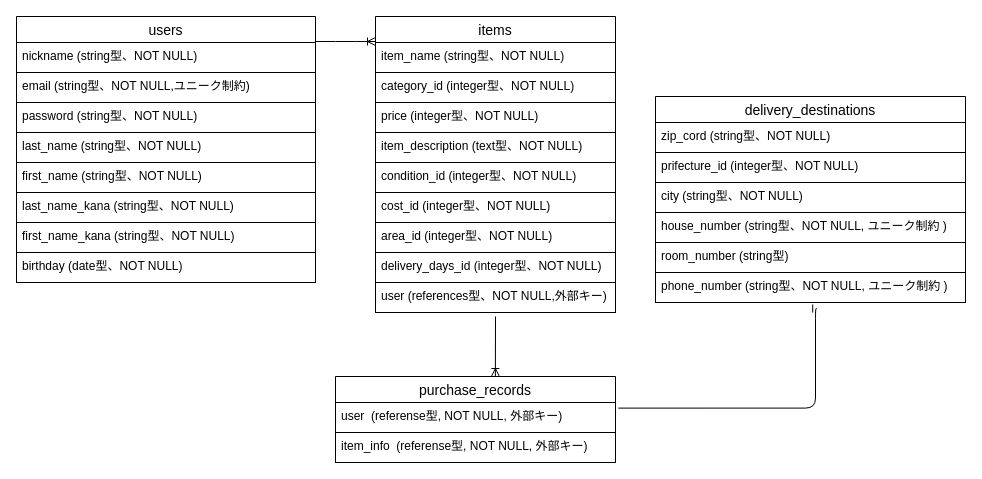
Earlier version of the draw.io diagram fruima_ER.dio (sorairo580/furima-39405). Source tidied: cells renumbered, new cells numbered last; positions are measured from the earlier drawing's top-left corner, leaving out a move shared by most shapes. Both pictures are drawn from the tidied source at 100%, with x=0, y=0 at pixel (16, 16).
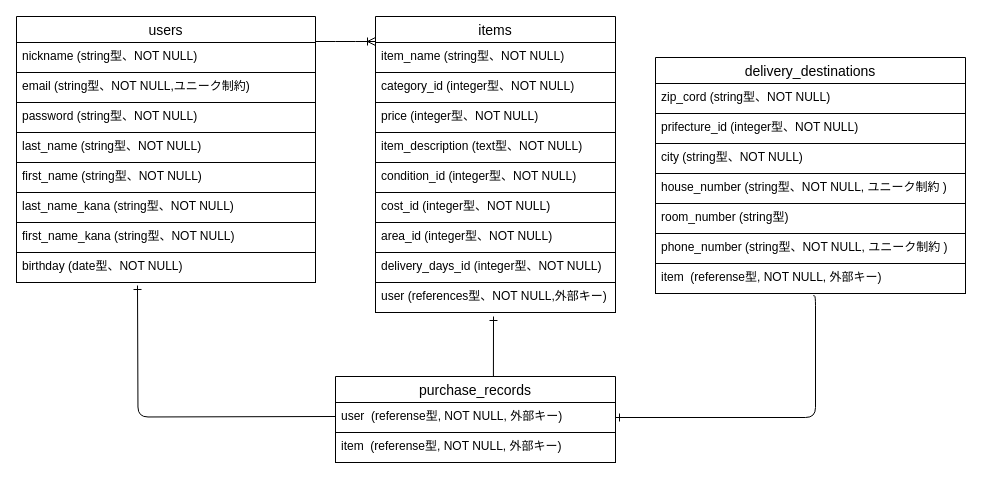
Above is the later version.

Unchanged cells that the change refers to:
```xml
<mxCell id="21" value="user (references型、NOT NULL,外部キー)" style="text;strokeColor=#000000;fillColor=none;spacingLeft=4;spacingRight=4;overflow=hidden;points=[[0,0.5],[1,0.5]];portConstraint=eastwest;fontSize=12;" parent="12" vertex="1">
  <mxGeometry y="266" width="240" height="30" as="geometry" />
</mxCell>
<mxCell id="22" value="purchase_records" style="swimlane;fontStyle=0;horizontal=1;startSize=26;align=center;fontSize=14;strokeColor=#000000;" parent="1" vertex="1">
  <mxGeometry x="319" y="360" width="280" height="86" as="geometry" />
</mxCell>
<mxCell id="23" value="user  (referense型, NOT NULL, 外部キー)&#10;" style="text;strokeColor=#000000;fillColor=none;spacingLeft=4;spacingRight=4;overflow=hidden;points=[[0,0.5],[1,0.5]];portConstraint=eastwest;fontSize=12;" parent="22" vertex="1">
  <mxGeometry y="26" width="280" height="30" as="geometry" />
</mxCell>
<mxCell id="31" value="phone_number (string型、NOT NULL, ユニーク制約 )" style="text;strokeColor=#000000;fillColor=none;spacingLeft=4;spacingRight=4;overflow=hidden;points=[[0,0.5],[1,0.5]];portConstraint=eastwest;fontSize=12;" parent="25" vertex="1">
  <mxGeometry y="176" width="310" height="30" as="geometry" />
</mxCell>
```

What changed in the source:
```diff
@@
-    <mxCell id="24" value="item_info  (referense型, NOT NULL, 外部キー)&#10;" style="text;strokeColor=#000000;fillColor=none;spacingLeft=4;spacingRight=4;overflow=hidden;fontSize=12;" parent="22" vertex="1">
+    <mxCell id="24" value="item  (referense型, NOT NULL, 外部キー)&#10;" style="text;strokeColor=#000000;fillColor=none;spacingLeft=4;spacingRight=4;overflow=hidden;fontSize=12;" parent="22" vertex="1">
       <mxGeometry y="56" width="280" height="30" as="geometry" />
     </mxCell>
     <mxCell id="25" value="delivery_destinations" style="swimlane;fontStyle=0;horizontal=1;startSize=26;align=center;fontSize=14;strokeColor=#000000;" parent="1" vertex="1">
-      <mxGeometry x="639" y="80" width="310" height="206" as="geometry" />
+      <mxGeometry x="639" y="41" width="310" height="236" as="geometry" />
     </mxCell>
@@
-    <mxCell id="32" style="fontSize=15;html=1;endArrow=ERoneToMany;strokeColor=#000000;exitX=0.5;exitY=1.133;exitDx=0;exitDy=0;exitPerimeter=0;entryX=0.571;entryY=0;entryDx=0;entryDy=0;entryPerimeter=0;" parent="1" edge="1" source="21" target="22">
-      <mxGeometry relative="1" as="geometry" />
-    </mxCell>
+    <mxCell id="34" value="item  (referense型, NOT NULL, 外部キー)" style="text;strokeColor=#000000;fillColor=none;spacingLeft=4;spacingRight=4;overflow=hidden;points=[[0,0.5],[1,0.5]];portConstraint=eastwest;fontSize=12;" parent="25" vertex="1">
+      <mxGeometry y="206" width="310" height="30" as="geometry" />
+    </mxCell>
-    <mxCell id="33" style="edgeStyle=orthogonalEdgeStyle;fontSize=12;html=1;endArrow=ERone;endFill=1;exitX=1.01;exitY=0.187;exitDx=0;exitDy=0;strokeColor=#000000;exitPerimeter=0;entryX=0.52;entryY=1.2;entryDx=0;entryDy=0;entryPerimeter=0;" parent="1" edge="1" source="23" target="31">
+    <mxCell id="33" style="edgeStyle=orthogonalEdgeStyle;fontSize=12;html=1;endArrow=ERone;endFill=1;strokeColor=#000000;entryX=1;entryY=0.5;entryDx=0;entryDy=0;exitX=0.509;exitY=1.073;exitDx=0;exitDy=0;exitPerimeter=0;" parent="1" edge="1" source="34" target="23">
       <mxGeometry relative="1" as="geometry">
         <Array as="points">
-          <mxPoint x="799" y="392" />
-          <mxPoint x="799" y="292" />
+          <mxPoint x="799" y="279" />
+          <mxPoint x="799" y="401" />
         </Array>
       </mxGeometry>
     </mxCell>
+    <mxCell id="35" style="edgeStyle=orthogonalEdgeStyle;fontSize=12;html=1;endArrow=ERone;endFill=1;strokeColor=#000000;" parent="1" edge="1">
+      <mxGeometry relative="1" as="geometry">
+        <mxPoint x="319" y="400" as="sourcePoint" />
+        <mxPoint x="121" y="269" as="targetPoint" />
+      </mxGeometry>
+    </mxCell>
+    <mxCell id="36" style="fontSize=12;html=1;endArrow=ERone;endFill=1;exitX=0.564;exitY=0;exitDx=0;exitDy=0;strokeColor=#000000;exitPerimeter=0;" parent="1" edge="1" source="22">
+      <mxGeometry relative="1" as="geometry">
+        <mxPoint x="477" y="300" as="targetPoint" />
+      </mxGeometry>
+    </mxCell>
```
